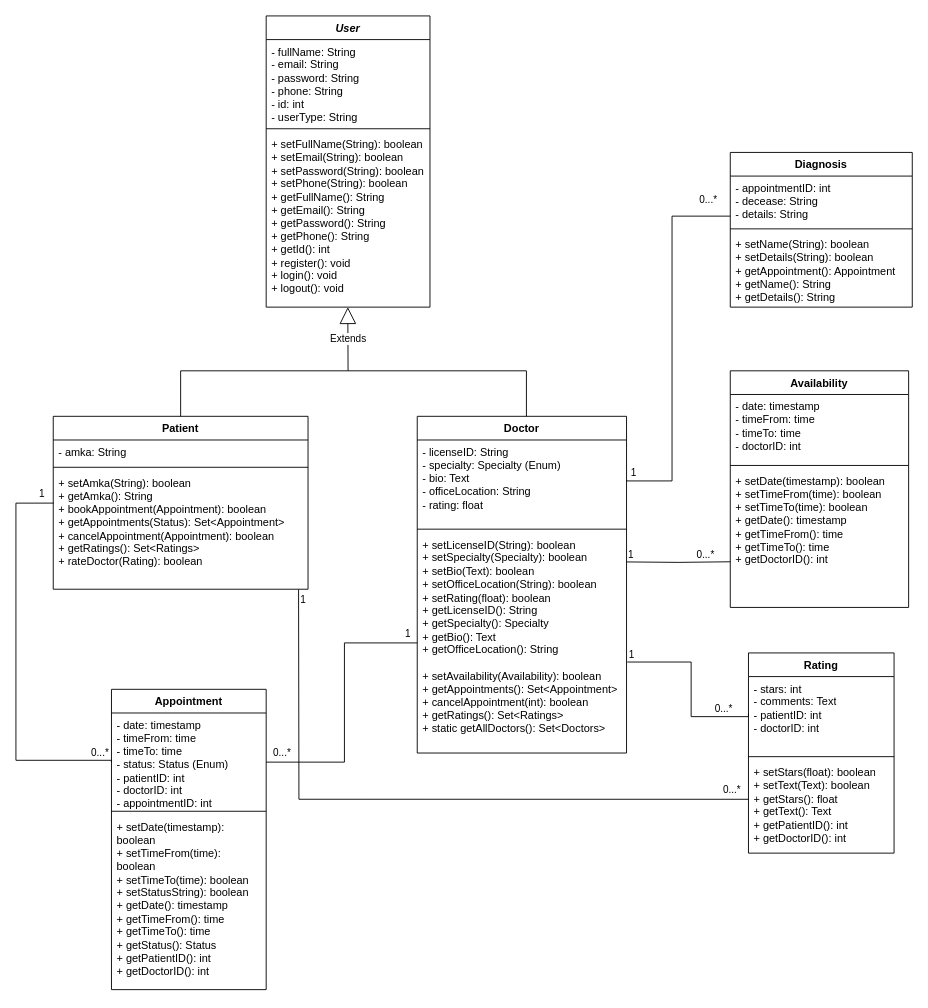
This is diagrams/Class_Diagram1.drawio from dimitry-lzs/seBackend, a draw.io file, before an edit. Source tidied: cells renumbered, new cells numbered last; positions are measured from the earlier drawing's top-left corner, leaving out a move shared by most shapes. Both pictures are drawn from the tidied source at 91%, with x=0, y=0 at pixel (15, 15).
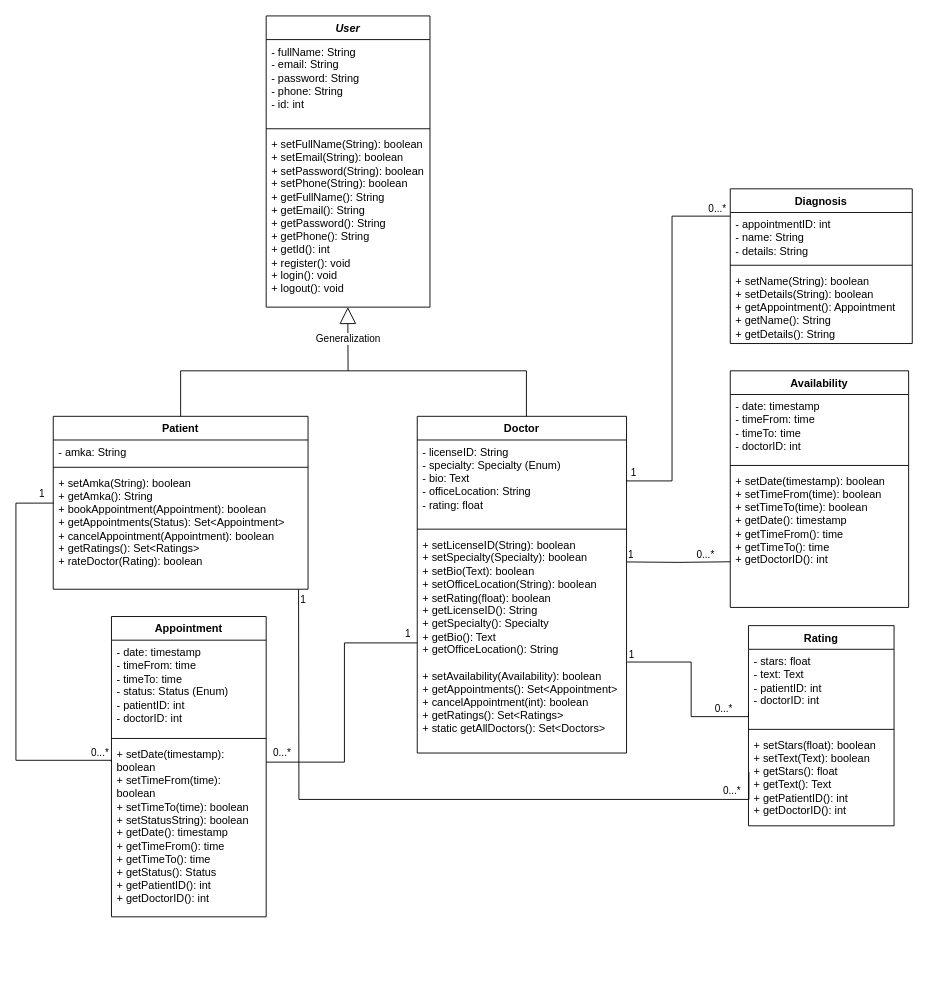
Above is the later version.

Commit message:
updated class diagram 1

Unchanged cells that the change refers to:
```xml
<mxCell id="2" value="&lt;i&gt;User&lt;/i&gt;" style="swimlane;fontStyle=1;align=center;verticalAlign=top;horizontal=1;startSize=26;whiteSpace=wrap;html=1;" parent="1" vertex="1">
  <mxGeometry x="275" width="180" height="320" as="geometry" />
</mxCell>
<mxCell id="40" style="endArrow=none;html=1;edgeStyle=orthogonalEdgeStyle;rounded=0;" parent="1" edge="1" target="27">
  <mxGeometry relative="1" as="geometry">
    <mxPoint x="671" y="510" as="sourcePoint" />
    <Array as="points">
      <mxPoint x="671" y="511" />
      <mxPoint x="721" y="511" />
      <mxPoint x="721" y="220" />
    </Array>
  </mxGeometry>
</mxCell>
<mxCell id="50" style="endArrow=none;html=1;edgeStyle=orthogonalEdgeStyle;exitX=0.963;exitY=1.002;exitDx=0;exitDy=0;exitPerimeter=0;entryX=0.003;entryY=0.42;entryDx=0;entryDy=0;entryPerimeter=0;rounded=0;curved=0;" parent="1" edge="1" source="13" target="25">
  <mxGeometry relative="1" as="geometry">
    <Array as="points">
      <mxPoint x="311" y="632" />
      <mxPoint x="311" y="632" />
      <mxPoint x="311" y="861" />
    </Array>
  </mxGeometry>
</mxCell>
```

Change to the diagram source:
```diff
@@
-    <mxCell id="3" value="- fullName: String&lt;div&gt;- email: String&lt;/div&gt;&lt;div&gt;- password: String&lt;/div&gt;&lt;div&gt;- phone: String&lt;/div&gt;&lt;div&gt;- id: int&lt;/div&gt;&lt;div&gt;- userType: String&lt;/div&gt;" style="text;strokeColor=none;fillColor=none;align=left;verticalAlign=top;spacingLeft=4;spacingRight=4;overflow=hidden;whiteSpace=wrap;html=1;" parent="2" vertex="1">
+    <mxCell id="3" value="- fullName: String&lt;div&gt;- email: String&lt;/div&gt;&lt;div&gt;- password: String&lt;/div&gt;&lt;div&gt;- phone: String&lt;/div&gt;&lt;div&gt;- id: int&lt;/div&gt;" style="text;strokeColor=none;fillColor=none;align=left;verticalAlign=top;spacingLeft=4;spacingRight=4;overflow=hidden;whiteSpace=wrap;html=1;" parent="2" vertex="1">
       <mxGeometry y="26" width="180" height="94" as="geometry" />
     </mxCell>
@@
     <mxCell id="14" value="Appointment" style="swimlane;fontStyle=1;align=center;verticalAlign=top;horizontal=1;startSize=26;whiteSpace=wrap;html=1;" parent="1" vertex="1">
-      <mxGeometry x="105" y="740" width="170" height="330" as="geometry" />
+      <mxGeometry x="105" y="660" width="170" height="330" as="geometry" />
     </mxCell>
-    <mxCell id="15" value="- date: timestamp&lt;div&gt;- timeFrom: time&lt;/div&gt;&lt;div&gt;- timeTo: time&lt;/div&gt;&lt;div&gt;- status: Status (Enum)&lt;/div&gt;&lt;div&gt;- patientID: int&lt;/div&gt;&lt;div&gt;- doctorID: int&amp;nbsp;&lt;/div&gt;&lt;div&gt;- appointmentID: int&lt;/div&gt;" style="text;strokeColor=none;fillColor=none;align=left;verticalAlign=top;spacingLeft=4;spacingRight=4;overflow=hidden;whiteSpace=wrap;html=1;" parent="14" vertex="1">
+    <mxCell id="15" value="- date: timestamp&lt;div&gt;- timeFrom: time&lt;/div&gt;&lt;div&gt;- timeTo: time&lt;/div&gt;&lt;div&gt;- status: Status (Enum)&lt;/div&gt;&lt;div&gt;- patientID: int&lt;/div&gt;&lt;div&gt;- doctorID: int&amp;nbsp;&lt;/div&gt;" style="text;strokeColor=none;fillColor=none;align=left;verticalAlign=top;spacingLeft=4;spacingRight=4;overflow=hidden;whiteSpace=wrap;html=1;" parent="14" vertex="1">
       <mxGeometry y="26" width="170" height="104" as="geometry" />
     </mxCell>
@@
     <mxCell id="22" value="Rating" style="swimlane;fontStyle=1;align=center;verticalAlign=top;horizontal=1;startSize=26;whiteSpace=wrap;html=1;" parent="1" vertex="1">
-      <mxGeometry x="805" y="700" width="160" height="220" as="geometry" />
+      <mxGeometry x="805" y="670" width="160" height="220" as="geometry" />
     </mxCell>
-    <mxCell id="23" value="- stars: int&lt;div&gt;- comments: Text&lt;/div&gt;&lt;div&gt;- patientID: int&lt;/div&gt;&lt;div&gt;- doctorID: int&lt;/div&gt;" style="text;strokeColor=none;fillColor=none;align=left;verticalAlign=top;spacingLeft=4;spacingRight=4;overflow=hidden;whiteSpace=wrap;html=1;" parent="22" vertex="1">
+    <mxCell id="23" value="- stars: float&lt;div&gt;- text: Text&lt;/div&gt;&lt;div&gt;- patientID: int&lt;/div&gt;&lt;div&gt;- doctorID: int&lt;/div&gt;" style="text;strokeColor=none;fillColor=none;align=left;verticalAlign=top;spacingLeft=4;spacingRight=4;overflow=hidden;whiteSpace=wrap;html=1;" parent="22" vertex="1">
       <mxGeometry y="26" width="160" height="84" as="geometry" />
     </mxCell>
@@
     <mxCell id="26" value="Diagnosis" style="swimlane;fontStyle=1;align=center;verticalAlign=top;horizontal=1;startSize=26;whiteSpace=wrap;html=1;" parent="1" vertex="1">
-      <mxGeometry x="785" y="150" width="200" height="170" as="geometry" />
+      <mxGeometry x="785" y="190" width="200" height="170" as="geometry" />
     </mxCell>
-    <mxCell id="27" value="- appointmentID: int&lt;div&gt;- decease: String&lt;/div&gt;&lt;div&gt;- details: String&lt;/div&gt;" style="text;strokeColor=none;fillColor=none;align=left;verticalAlign=top;spacingLeft=4;spacingRight=4;overflow=hidden;points=[[0,0.5],[1,0.5]];portConstraint=eastwest;whiteSpace=wrap;html=1;" parent="26" vertex="1">
+    <mxCell id="27" value="- appointmentID: int&lt;div&gt;- name: String&lt;/div&gt;&lt;div&gt;- details: String&lt;/div&gt;" style="text;strokeColor=none;fillColor=none;align=left;verticalAlign=top;spacingLeft=4;spacingRight=4;overflow=hidden;points=[[0,0.5],[1,0.5]];portConstraint=eastwest;whiteSpace=wrap;html=1;" parent="26" vertex="1">
       <mxGeometry y="26" width="200" height="54" as="geometry" />
     </mxCell>
@@
-    <mxCell id="30" value="Extends" style="endArrow=block;endSize=16;endFill=0;html=1;rounded=0;entryX=0.156;entryY=0.984;entryDx=0;entryDy=0;entryPerimeter=0;" parent="1" edge="1">
+    <mxCell id="30" value="Generalization" style="endArrow=block;endSize=16;endFill=0;html=1;rounded=0;entryX=0.156;entryY=0.984;entryDx=0;entryDy=0;entryPerimeter=0;" parent="1" edge="1">
       <mxGeometry relative="1" as="geometry">
         <mxPoint x="365" y="390" as="sourcePoint" />
         <mxPoint x="364.7" y="320" as="targetPoint" />
       </mxGeometry>
     </mxCell>
@@
     <mxCell id="42" value="0...*" style="edgeLabel;html=1;align=right;verticalAlign=bottom;" parent="40" vertex="1">
       <mxGeometry x="1" relative="1" as="geometry">
-        <mxPoint x="-14" y="-10" as="offset" />
+        <mxPoint x="-4" as="offset" />
       </mxGeometry>
     </mxCell>
@@
     <mxCell id="52" value="&lt;span style=&quot;color: rgb(0, 0, 0); text-align: left;&quot;&gt;0...*&lt;/span&gt;" style="edgeLabel;html=1;align=right;verticalAlign=bottom;" parent="50" vertex="1">
       <mxGeometry x="1" relative="1" as="geometry">
-        <mxPoint x="-8" y="-3" as="offset" />
+        <mxPoint x="-8" y="29" as="offset" />
       </mxGeometry>
     </mxCell>
```
